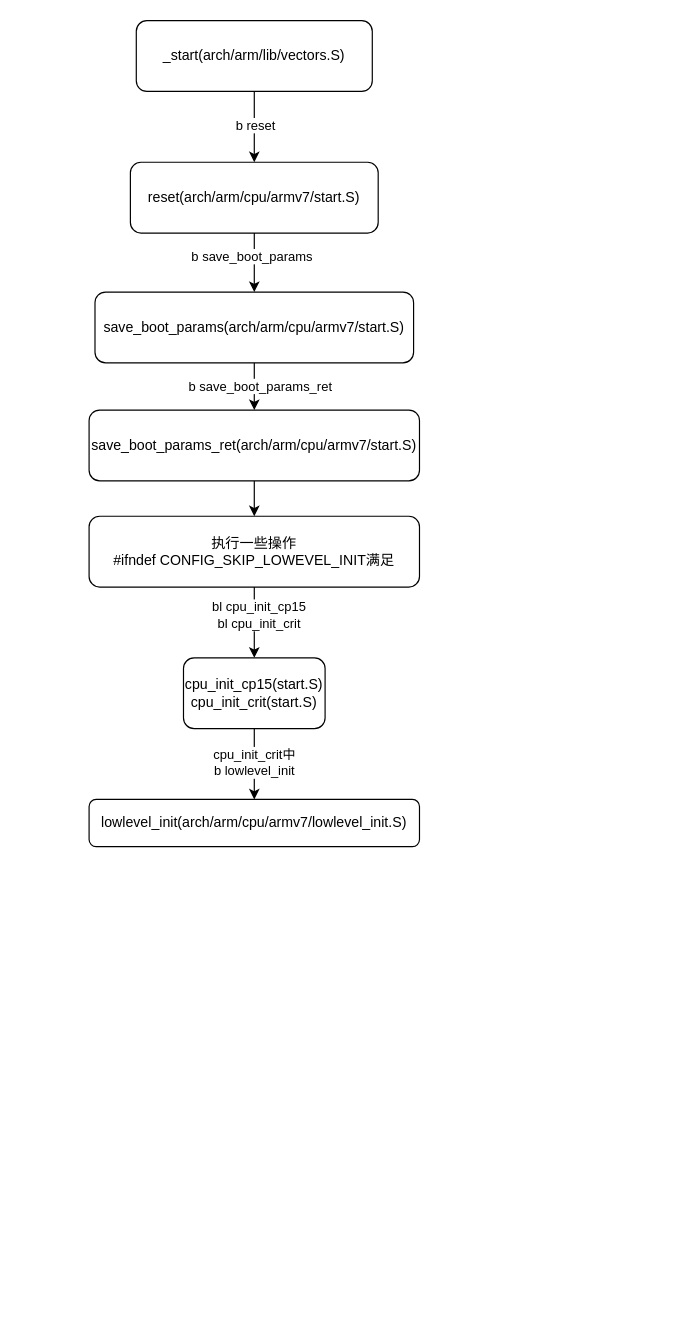
Before: 未命名绘图.drawio in Happiness-yuan/ChatServer, a draw.io diagram. Source tidied: cells renumbered, new cells numbered last; positions are measured from the earlier drawing's top-left corner, leaving out a move shared by most shapes. Both pictures are drawn from the tidied source at 118%, with x=0, y=0 at pixel (88, 20).
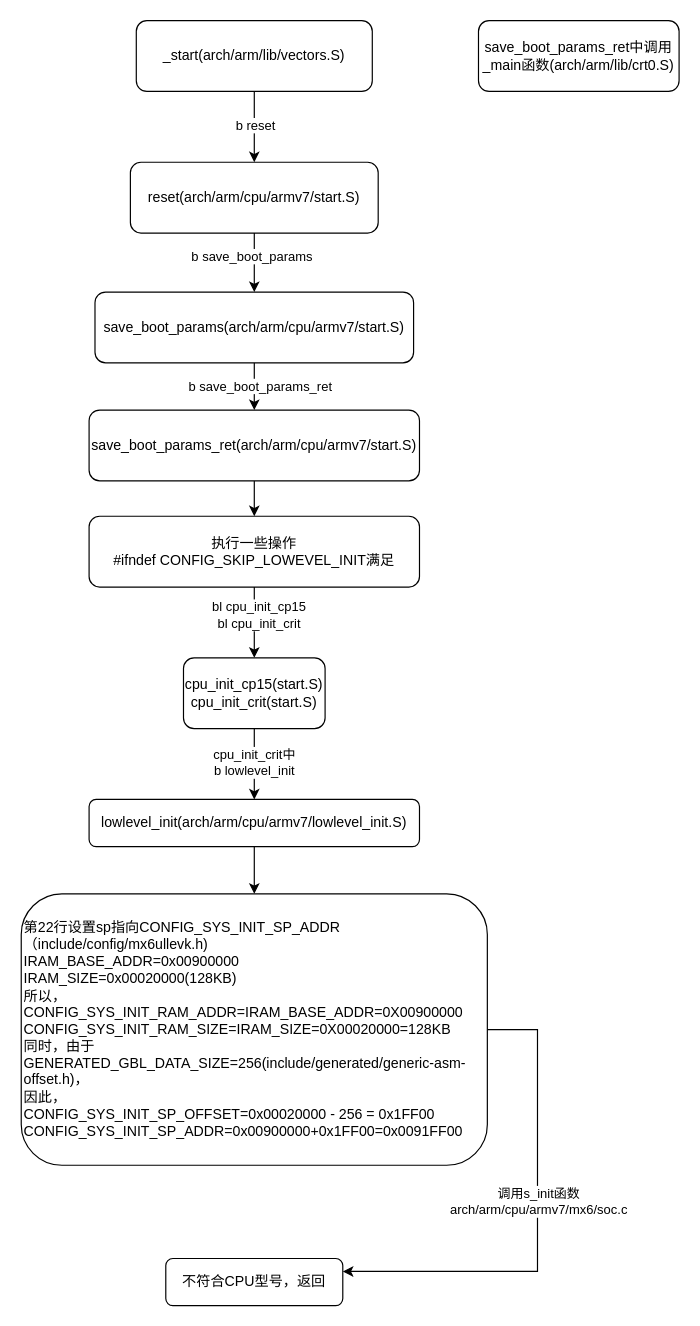
Above is the later version.

Commit message (it also covers changes not shown here):
更新未命名绘图.drawio

The change refers to these unchanged cells:
```xml
<mxCell id="19" value="lowlevel_init(arch/arm/cpu/armv7/lowlevel_init.S)" style="whiteSpace=wrap;html=1;rounded=1;" parent="1" vertex="1">
  <mxGeometry y="660" width="280" height="40" as="geometry" />
</mxCell>
```

The edit, as a diff of the source:
```diff
@@
+    <mxCell id="20" style="edgeStyle=orthogonalEdgeStyle;rounded=0;jettySize=auto;html=1;" parent="1" edge="1" source="19" target="23">
+      <mxGeometry relative="1" as="geometry" />
+    </mxCell>
@@
+    <mxCell id="21" style="edgeStyle=orthogonalEdgeStyle;rounded=0;jettySize=auto;html=1;" parent="1" edge="1" source="23" target="24">
+      <mxGeometry relative="1" as="geometry">
+        <Array as="points">
+          <mxPoint x="380" y="855" />
+          <mxPoint x="380" y="1060" />
+        </Array>
+      </mxGeometry>
+    </mxCell>
+    <mxCell id="22" value="调用s_init函数&lt;br&gt;arch/arm/cpu/armv7/mx6/soc.c" style="edgeLabel;html=1;align=center;verticalAlign=middle;" parent="21" vertex="1">
+      <mxGeometry x="-0.14" y="-4" relative="1" as="geometry">
+        <mxPoint x="4" y="11" as="offset" />
+      </mxGeometry>
+    </mxCell>
+    <mxCell id="23" value="第22行设置sp指向CONFIG_SYS_INIT_SP_ADDR（include/config/mx6ullevk.h)&lt;br&gt;IRAM_BASE_ADDR=0x00900000&lt;br&gt;IRAM_SIZE=0x00020000(128KB)&lt;br&gt;所以，&lt;br&gt;CONFIG_SYS_INIT_RAM_ADDR=IRAM_BASE_ADDR=0X00900000&lt;br&gt;CONFIG_SYS_INIT_RAM_SIZE=IRAM_SIZE=0X00020000=128KB&lt;br&gt;同时，由于GENERATED_GBL_DATA_SIZE=256(include/generated/generic-asm-offset.h)，&lt;br&gt;因此，&lt;br&gt;CONFIG_SYS_INIT_SP_OFFSET=0x00020000 - 256 = 0x1FF00&lt;br&gt;CONFIG_SYS_INIT_SP_ADDR=0x00900000+0x1FF00=0x0091FF00" style="whiteSpace=wrap;html=1;rounded=1;align=left;" parent="1" vertex="1">
+      <mxGeometry x="-57.5" y="740" width="395" height="230" as="geometry" />
+    </mxCell>
+    <mxCell id="24" value="不符合CPU型号，返回" style="whiteSpace=wrap;html=1;align=center;rounded=1;" parent="1" vertex="1">
+      <mxGeometry x="65" y="1049" width="150" height="40" as="geometry" />
+    </mxCell>
+    <mxCell id="25" value="save_boot_params_ret中调用&lt;br&gt;_main函数(arch/arm/lib/crt0.S)" style="rounded=1;whiteSpace=wrap;html=1;" parent="1" vertex="1">
+      <mxGeometry x="330" width="170" height="60" as="geometry" />
+    </mxCell>
```
